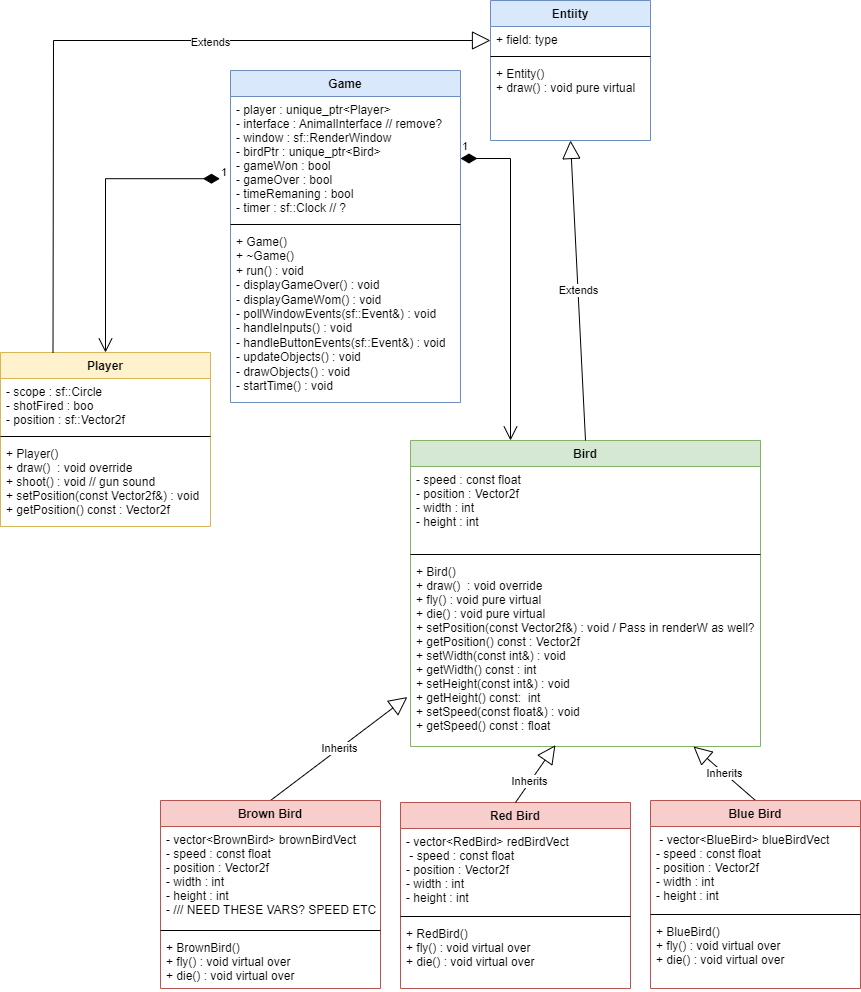
Jtog123/Birdy-Go-Bye-Bye keeps this draw.io diagram as UML/SpeedHunterUML.png. Above is the earlier version. Source tidied: cells renumbered, new cells last; positions are measured from the earlier drawing's top-left corner, leaving out a move shared by most shapes.
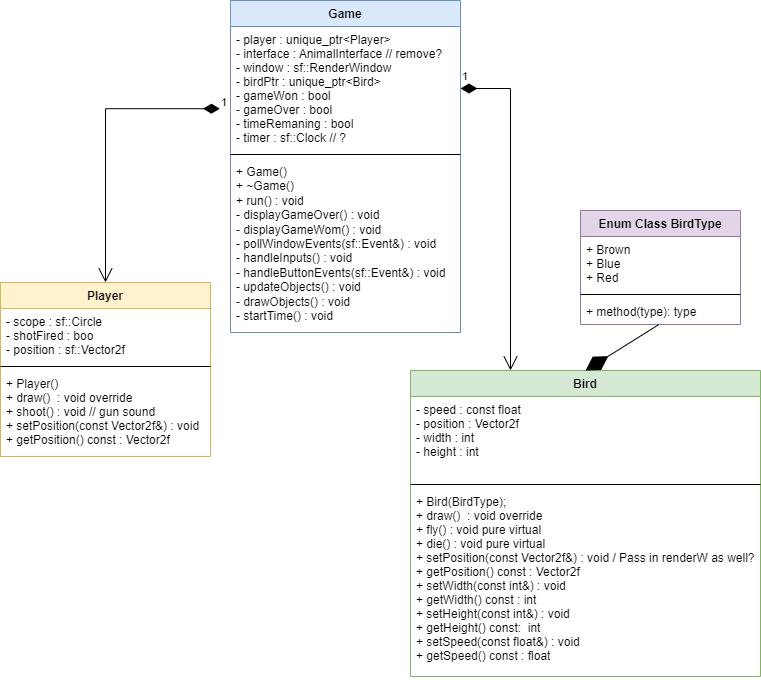
The same file after the commit.

Diff of the diagram source:
```diff
@@ -11,54 +11,9 @@
     <mxCell id="4" style="line;strokeWidth=1;fillColor=none;align=left;verticalAlign=middle;spacingTop=-1;spacingLeft=3;spacingRight=3;labelPosition=right;" parent="2" vertex="1">
       <mxGeometry y="110" width="350" height="8" as="geometry" />
     </mxCell>
-    <mxCell id="5" value="+ Bird()&#10;+ draw()  : void override&#10;+ fly() : void pure virtual &#10;+ die() : void pure virtual&#10;+ setPosition(const Vector2f&amp;) : void / Pass in renderW as well?&#10;+ getPosition() const : Vector2f&#10;+ setWidth(const int&amp;) : void&#10;+ getWidth() const : int&#10;+ setHeight(const int&amp;) : void&#10;+ getHeight() const:  int&#10;+ setSpeed(const float&amp;) : void&#10;+ getSpeed() const : float&#10;" style="text;strokeColor=none;fillColor=none;align=left;verticalAlign=top;spacingLeft=4;spacingRight=4;overflow=hidden;points=[[0,0.5],[1,0.5]];portConstraint=eastwest;" parent="2" vertex="1">
+    <mxCell id="5" value="+ Bird(BirdType);&#10;+ draw()  : void override&#10;+ fly() : void pure virtual &#10;+ die() : void pure virtual&#10;+ setPosition(const Vector2f&amp;) : void / Pass in renderW as well?&#10;+ getPosition() const : Vector2f&#10;+ setWidth(const int&amp;) : void&#10;+ getWidth() const : int&#10;+ setHeight(const int&amp;) : void&#10;+ getHeight() const:  int&#10;+ setSpeed(const float&amp;) : void&#10;+ getSpeed() const : float&#10;" style="text;strokeColor=none;fillColor=none;align=left;verticalAlign=top;spacingLeft=4;spacingRight=4;overflow=hidden;points=[[0,0.5],[1,0.5]];portConstraint=eastwest;" parent="2" vertex="1">
       <mxGeometry y="118" width="350" height="188" as="geometry" />
     </mxCell>
-    <mxCell id="6" value="Red Bird" style="swimlane;fontStyle=1;align=center;verticalAlign=top;horizontal=1;startSize=26;fillColor=#f8cecc;strokeColor=#b85450;" parent="1" vertex="1">
-      <mxGeometry x="400" y="802" width="230" height="186" as="geometry" />
-    </mxCell>
-    <mxCell id="7" value="- vector&lt;RedBird&gt; redBirdVect&#10; - speed : const float&#10;- position : Vector2f&#10;- width : int&#10;- height : int&#10;" style="text;strokeColor=none;fillColor=none;align=left;verticalAlign=top;spacingLeft=4;spacingRight=4;overflow=hidden;" parent="6" vertex="1">
-      <mxGeometry y="26" width="230" height="84" as="geometry" />
-    </mxCell>
-    <mxCell id="8" style="line;strokeWidth=1;fillColor=none;align=left;verticalAlign=middle;spacingTop=-1;spacingLeft=3;spacingRight=3;labelPosition=right;" parent="6" vertex="1">
-      <mxGeometry y="110" width="230" height="8" as="geometry" />
-    </mxCell>
-    <mxCell id="9" value="+ RedBird()&#10;+ fly() : void virtual over&#10;+ die() : void virtual over" style="text;strokeColor=none;fillColor=none;align=left;verticalAlign=top;spacingLeft=4;spacingRight=4;overflow=hidden;" parent="6" vertex="1">
-      <mxGeometry y="118" width="230" height="68" as="geometry" />
-    </mxCell>
-    <mxCell id="10" value="Inherits" style="endArrow=block;endSize=16;endFill=0;html=1;rounded=0;exitX=0.5;exitY=0;exitDx=0;exitDy=0;entryX=0.414;entryY=0.993;entryDx=0;entryDy=0;entryPerimeter=0;" parent="1" edge="1" source="6" target="5">
-      <mxGeometry x="-0.27" relative="1" as="geometry" />
-    </mxCell>
-    <mxCell id="11" value="Inherits" style="endArrow=block;endSize=16;endFill=0;html=1;rounded=0;exitX=0.5;exitY=0;exitDx=0;exitDy=0;entryX=-0.009;entryY=0.737;entryDx=0;entryDy=0;entryPerimeter=0;" parent="1" edge="1" source="17" target="5">
-      <mxGeometry relative="1" as="geometry" />
-    </mxCell>
-    <mxCell id="12" value="Inherits" style="endArrow=block;endSize=16;endFill=0;html=1;rounded=0;exitX=0.5;exitY=0;exitDx=0;exitDy=0;" parent="1" edge="1" source="13" target="5">
-      <mxGeometry relative="1" as="geometry" />
-    </mxCell>
-    <mxCell id="13" value="Blue Bird" style="swimlane;fontStyle=1;align=center;verticalAlign=top;horizontal=1;startSize=26;fillColor=#f8cecc;strokeColor=#b85450;" parent="1" vertex="1">
-      <mxGeometry x="650" y="800" width="210" height="188" as="geometry" />
-    </mxCell>
-    <mxCell id="14" value=" - vector&lt;BlueBird&gt; blueBirdVect&#10;- speed : const float&#10;- position : Vector2f&#10;- width : int&#10;- height : int" style="text;strokeColor=none;fillColor=none;align=left;verticalAlign=top;spacingLeft=4;spacingRight=4;overflow=hidden;" parent="13" vertex="1">
-      <mxGeometry y="26" width="210" height="84" as="geometry" />
-    </mxCell>
-    <mxCell id="15" style="line;strokeWidth=1;fillColor=none;align=left;verticalAlign=middle;spacingTop=-1;spacingLeft=3;spacingRight=3;labelPosition=right;" parent="13" vertex="1">
-      <mxGeometry y="110" width="210" height="8" as="geometry" />
-    </mxCell>
-    <mxCell id="16" value="+ BlueBird()&#10;+ fly() : void virtual over&#10;+ die() : void virtual over" style="text;strokeColor=none;fillColor=none;align=left;verticalAlign=top;spacingLeft=4;spacingRight=4;overflow=hidden;" parent="13" vertex="1">
-      <mxGeometry y="118" width="210" height="70" as="geometry" />
-    </mxCell>
-    <mxCell id="17" value="Brown Bird" style="swimlane;fontStyle=1;align=center;verticalAlign=top;horizontal=1;startSize=26;fillColor=#f8cecc;strokeColor=#b85450;" parent="1" vertex="1">
-      <mxGeometry x="160" y="800" width="220" height="188" as="geometry" />
-    </mxCell>
-    <mxCell id="18" value="- vector&lt;BrownBird&gt; brownBirdVect&#10;- speed : const float&#10;- position : Vector2f&#10;- width : int&#10;- height : int&#10;- /// NEED THESE VARS? SPEED ETC" style="text;strokeColor=none;fillColor=none;align=left;verticalAlign=top;spacingLeft=4;spacingRight=4;overflow=hidden;" parent="17" vertex="1">
-      <mxGeometry y="26" width="220" height="100" as="geometry" />
-    </mxCell>
-    <mxCell id="19" style="line;strokeWidth=1;fillColor=none;align=left;verticalAlign=middle;spacingTop=-1;spacingLeft=3;spacingRight=3;labelPosition=right;" parent="17" vertex="1">
-      <mxGeometry y="126" width="220" height="8" as="geometry" />
-    </mxCell>
-    <mxCell id="20" value="+ BrownBird()&#10;+ fly() : void virtual over&#10;+ die() : void virtual over" style="text;strokeColor=none;fillColor=none;align=left;verticalAlign=top;spacingLeft=4;spacingRight=4;overflow=hidden;" parent="17" vertex="1">
-      <mxGeometry y="134" width="220" height="54" as="geometry" />
-    </mxCell>
     <mxCell id="21" value="Player&#10;" style="swimlane;fontStyle=1;align=center;verticalAlign=top;horizontal=1;startSize=26;fillColor=#fff2cc;strokeColor=#d6b656;" parent="1" vertex="1">
       <mxGeometry y="352" width="210" height="174" as="geometry" />
     </mxCell>
@@ -91,28 +46,20 @@
         <mxPoint x="510" y="440" as="targetPoint" />
       </mxGeometry>
     </mxCell>
-    <mxCell id="31" value="Entiity" style="swimlane;fontStyle=1;align=center;verticalAlign=top;horizontal=1;startSize=26;fillColor=#dae8fc;strokeColor=#6c8ebf;" parent="1" vertex="1">
-      <mxGeometry x="490" width="160" height="140" as="geometry" />
-    </mxCell>
-    <mxCell id="32" value="+ field: type" style="text;strokeColor=none;fillColor=none;align=left;verticalAlign=top;spacingLeft=4;spacingRight=4;overflow=hidden;" parent="31" vertex="1">
-      <mxGeometry y="26" width="160" height="26" as="geometry" />
-    </mxCell>
-    <mxCell id="33" style="line;strokeWidth=1;fillColor=none;align=left;verticalAlign=middle;spacingTop=-1;spacingLeft=3;spacingRight=3;labelPosition=right;" parent="31" vertex="1">
-      <mxGeometry y="52" width="160" height="8" as="geometry" />
-    </mxCell>
-    <mxCell id="34" value="+ Entity()&#10;+ draw() : void pure virtual" style="text;strokeColor=none;fillColor=none;align=left;verticalAlign=top;spacingLeft=4;spacingRight=4;overflow=hidden;" parent="31" vertex="1">
-      <mxGeometry y="60" width="160" height="80" as="geometry" />
-    </mxCell>
-    <mxCell id="35" value="Extends" style="endArrow=block;endSize=16;endFill=0;html=1;rounded=0;exitX=0.5;exitY=0;exitDx=0;exitDy=0;entryX=0.5;entryY=1;entryDx=0;entryDy=0;" parent="1" edge="1" source="2" target="31">
-      <mxGeometry relative="1" as="geometry" />
-    </mxCell>
-    <mxCell id="36" value="Extends" style="endArrow=block;endSize=16;endFill=0;html=1;rounded=0;exitX=0.25;exitY=0;exitDx=0;exitDy=0;" parent="1" edge="1" source="21">
-      <mxGeometry x="0.25" y="-2" relative="1" as="geometry">
-        <mxPoint x="490" y="40" as="targetPoint" />
-        <Array as="points">
-          <mxPoint x="53" y="40" />
-        </Array>
-      </mxGeometry>
-    </mxCell>
+    <mxCell id="37" value="Enum Class BirdType" style="swimlane;fontStyle=1;align=center;verticalAlign=top;horizontal=1;startSize=26;fillColor=#e1d5e7;strokeColor=#9673a6;" parent="1" vertex="1">
+      <mxGeometry x="580" y="280" width="160" height="114" as="geometry" />
+    </mxCell>
+    <mxCell id="38" value="+ Brown&#10;+ Blue&#10;+ Red" style="text;strokeColor=none;fillColor=none;align=left;verticalAlign=top;spacingLeft=4;spacingRight=4;overflow=hidden;" parent="37" vertex="1">
+      <mxGeometry y="26" width="160" height="54" as="geometry" />
+    </mxCell>
+    <mxCell id="39" style="line;strokeWidth=1;fillColor=none;align=left;verticalAlign=middle;spacingTop=-1;spacingLeft=3;spacingRight=3;labelPosition=right;" parent="37" vertex="1">
+      <mxGeometry y="80" width="160" height="8" as="geometry" />
+    </mxCell>
+    <mxCell id="40" value="+ method(type): type" style="text;strokeColor=none;fillColor=none;align=left;verticalAlign=top;spacingLeft=4;spacingRight=4;overflow=hidden;points=[[0,0.5],[1,0.5]];portConstraint=eastwest;" parent="37" vertex="1">
+      <mxGeometry y="88" width="160" height="26" as="geometry" />
+    </mxCell>
+    <mxCell id="41" style="endArrow=diamondThin;endFill=1;endSize=24;html=1;rounded=0;exitX=0.488;exitY=1.008;exitDx=0;exitDy=0;exitPerimeter=0;entryX=0.5;entryY=0;entryDx=0;entryDy=0;" parent="1" edge="1" source="40" target="2">
+      <mxGeometry relative="1" as="geometry" />
+    </mxCell>
   </root>
 </mxGraphModel>
```
